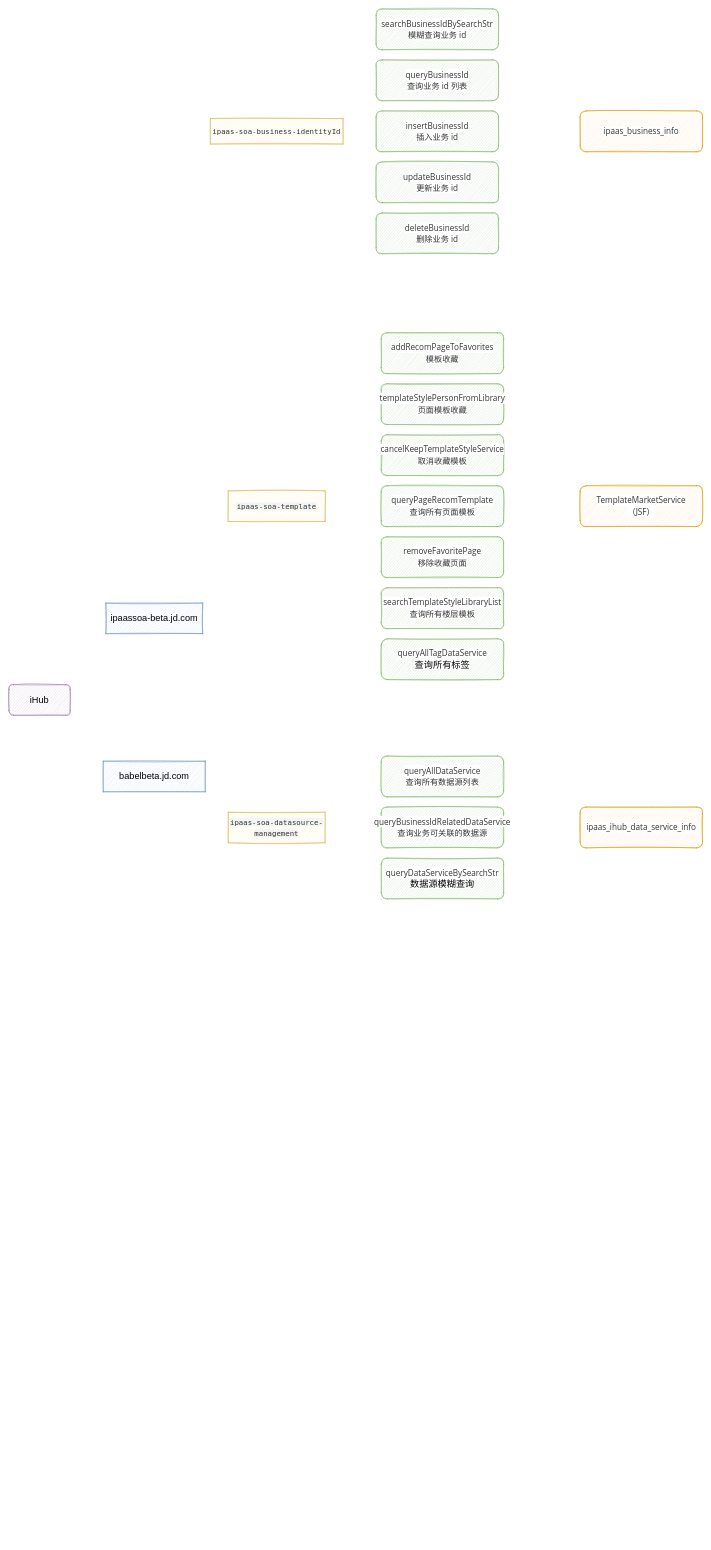
The draw.io diagram Untitled Diagram.drawio in jcohao/hello-world, before the edit. Source tidied: cells renumbered, new cells numbered last; positions are measured from the earlier drawing's top-left corner, leaving out a move shared by most shapes. Both pictures are drawn from the tidied source at 51%, with x=0, y=0 at pixel (9, 9).
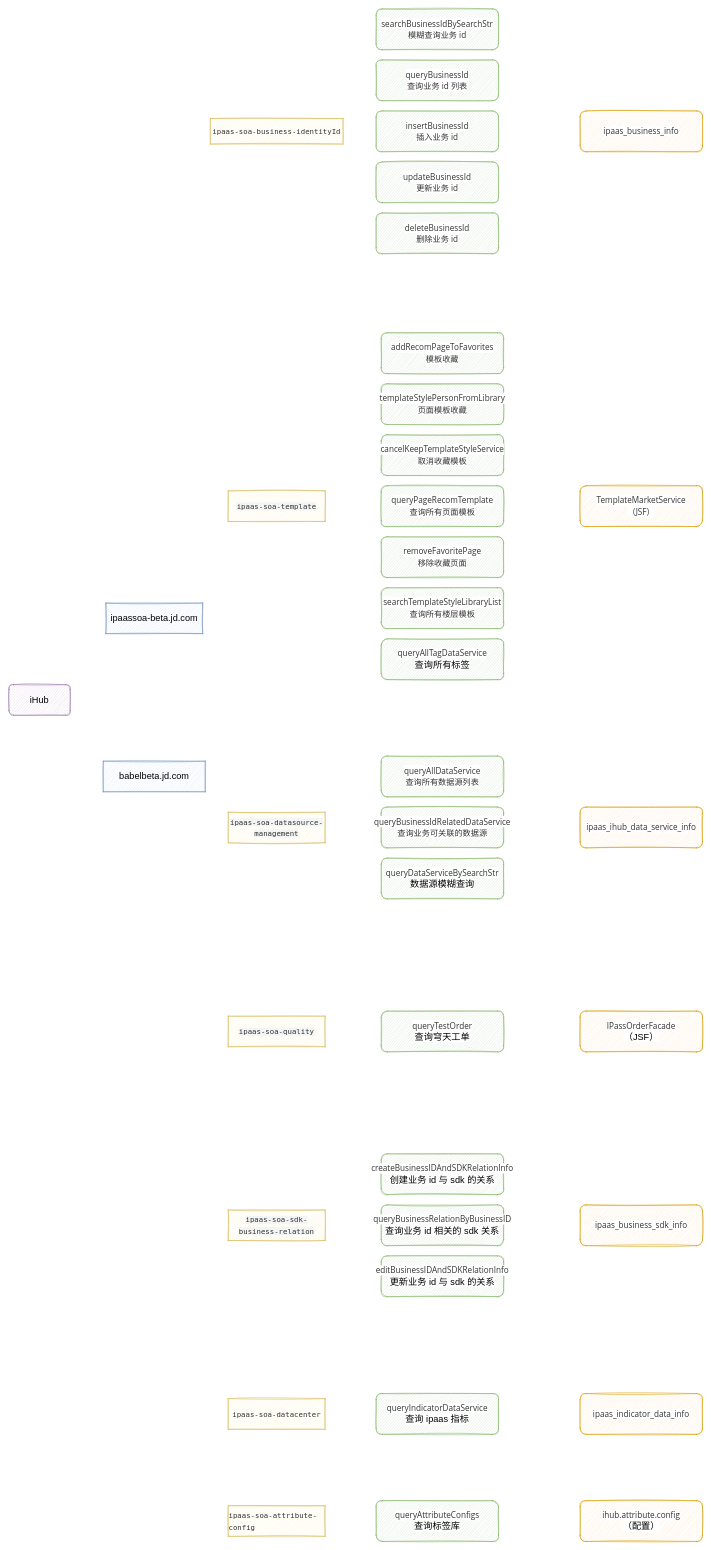
The same page after the edit.

Diff of the diagram source:
```diff
@@
+    <mxCell id="26" value="&lt;span style=&quot;color: rgb(51, 51, 51); font-family: &amp;quot;Lucida Console&amp;quot;, Consolas, Courier, monospace; font-size: 14.4px; orphans: 4; text-align: left; background-color: rgb(243, 244, 244);&quot;&gt;ipaas-soa-quality&lt;/span&gt;" style="rounded=0;whiteSpace=wrap;html=1;sketch=1;fontSize=18;fillColor=#fff2cc;strokeColor=#d6b656;" parent="1" vertex="1">
+      <mxGeometry x="430" y="1975" width="190" height="60" as="geometry" />
+    </mxCell>
+    <mxCell id="27" value="&lt;span style=&quot;color: rgb(51, 51, 51); font-family: &amp;quot;Open Sans&amp;quot;, &amp;quot;Clear Sans&amp;quot;, &amp;quot;Helvetica Neue&amp;quot;, Helvetica, Arial, &amp;quot;Segoe UI Emoji&amp;quot;, sans-serif; font-size: 16px; orphans: 4; text-align: left; background-color: rgb(255, 255, 255);&quot;&gt;queryTestOrder&lt;br&gt;&lt;/span&gt;&lt;span style=&quot;orphans: 4; text-align: left; background-color: rgb(255, 255, 255);&quot;&gt;查询穹天工单&lt;br&gt;&lt;/span&gt;" style="rounded=1;whiteSpace=wrap;html=1;sketch=1;fontSize=18;fillColor=#d5e8d4;strokeColor=#82b366;" parent="1" vertex="1">
+      <mxGeometry x="730" y="1965" width="240" height="80" as="geometry" />
+    </mxCell>
+    <mxCell id="28" value="&lt;span style=&quot;orphans: 4; text-align: left; background-color: rgb(255, 255, 255);&quot;&gt;&lt;font face=&quot;Open Sans, Clear Sans, Helvetica Neue, Helvetica, Arial, Segoe UI Emoji, sans-serif&quot; color=&quot;#333333&quot;&gt;&lt;span style=&quot;font-size: 16px;&quot;&gt;IPassOrderFacade&lt;br&gt;&lt;/span&gt;&lt;/font&gt;（JSF）&lt;br&gt;&lt;/span&gt;" style="rounded=1;whiteSpace=wrap;html=1;sketch=1;fontSize=18;fillColor=#ffe6cc;strokeColor=#d79b00;" parent="1" vertex="1">
+      <mxGeometry x="1120" y="1965" width="240" height="80" as="geometry" />
+    </mxCell>
+    <mxCell id="29" value="&lt;span style=&quot;color: rgb(51, 51, 51); font-family: &amp;quot;Lucida Console&amp;quot;, Consolas, Courier, monospace; font-size: 14.4px; orphans: 4; text-align: left; background-color: rgb(243, 244, 244);&quot;&gt;ipaas-soa-sdk-business-relation&lt;/span&gt;" style="rounded=0;whiteSpace=wrap;html=1;sketch=1;fontSize=18;fillColor=#fff2cc;strokeColor=#d6b656;" parent="1" vertex="1">
+      <mxGeometry x="430" y="2355" width="190" height="60" as="geometry" />
+    </mxCell>
+    <mxCell id="30" value="&lt;span style=&quot;orphans: 4; text-align: left; background-color: rgb(255, 255, 255);&quot;&gt;&lt;font face=&quot;Open Sans, Clear Sans, Helvetica Neue, Helvetica, Arial, Segoe UI Emoji, sans-serif&quot; color=&quot;#333333&quot;&gt;&lt;span style=&quot;font-size: 16px;&quot;&gt;createBusinessIDAndSDKRelationInfo&lt;br&gt;&lt;/span&gt;&lt;/font&gt;创建业务 id 与 sdk 的关系&lt;br&gt;&lt;/span&gt;" style="rounded=1;whiteSpace=wrap;html=1;sketch=1;fontSize=18;fillColor=#d5e8d4;strokeColor=#82b366;" parent="1" vertex="1">
+      <mxGeometry x="730" y="2245" width="240" height="80" as="geometry" />
+    </mxCell>
+    <mxCell id="31" value="&lt;span style=&quot;orphans: 4; text-align: left; background-color: rgb(255, 255, 255);&quot;&gt;&lt;font face=&quot;Open Sans, Clear Sans, Helvetica Neue, Helvetica, Arial, Segoe UI Emoji, sans-serif&quot; color=&quot;#333333&quot;&gt;&lt;span style=&quot;font-size: 16px;&quot;&gt;queryBusinessRelationByBusinessID&lt;br&gt;&lt;/span&gt;&lt;/font&gt;查询业务 id 相关的 sdk 关系&lt;br&gt;&lt;/span&gt;" style="rounded=1;whiteSpace=wrap;html=1;sketch=1;fontSize=18;fillColor=#d5e8d4;strokeColor=#82b366;" parent="1" vertex="1">
+      <mxGeometry x="730" y="2345" width="240" height="80" as="geometry" />
+    </mxCell>
+    <mxCell id="32" value="&lt;span style=&quot;orphans: 4; text-align: left; background-color: rgb(255, 255, 255);&quot;&gt;&lt;font face=&quot;Open Sans, Clear Sans, Helvetica Neue, Helvetica, Arial, Segoe UI Emoji, sans-serif&quot; color=&quot;#333333&quot;&gt;&lt;span style=&quot;font-size: 16px;&quot;&gt;editBusinessIDAndSDKRelationInfo&lt;br&gt;&lt;/span&gt;&lt;/font&gt;更新业务 id 与 sdk 的关系&lt;br&gt;&lt;/span&gt;" style="rounded=1;whiteSpace=wrap;html=1;sketch=1;fontSize=18;fillColor=#d5e8d4;strokeColor=#82b366;" parent="1" vertex="1">
+      <mxGeometry x="730" y="2445" width="240" height="80" as="geometry" />
+    </mxCell>
+    <mxCell id="33" value="&lt;span style=&quot;orphans: 4; text-align: left; background-color: rgb(255, 255, 255);&quot;&gt;&lt;font face=&quot;Open Sans, Clear Sans, Helvetica Neue, Helvetica, Arial, Segoe UI Emoji, sans-serif&quot; color=&quot;#333333&quot;&gt;&lt;span style=&quot;font-size: 16px;&quot;&gt;ipaas_business_sdk_info&lt;/span&gt;&lt;/font&gt;&lt;br&gt;&lt;/span&gt;" style="rounded=1;whiteSpace=wrap;html=1;sketch=1;fontSize=18;fillColor=#ffe6cc;strokeColor=#d79b00;" parent="1" vertex="1">
+      <mxGeometry x="1120" y="2345" width="240" height="80" as="geometry" />
+    </mxCell>
+    <mxCell id="34" value="&lt;div style=&quot;orphans: 4; text-align: left;&quot;&gt;&lt;span style=&quot;background-color: initial; font-size: 14.4px;&quot;&gt;&lt;font face=&quot;Lucida Console, Consolas, Courier, monospace&quot; color=&quot;#333333&quot;&gt;ipaas-soa-datacenter&lt;/font&gt;&lt;/span&gt;&lt;/div&gt;" style="rounded=0;whiteSpace=wrap;html=1;sketch=1;fontSize=18;fillColor=#fff2cc;strokeColor=#d6b656;" parent="1" vertex="1">
+      <mxGeometry x="430" y="2725" width="190" height="60" as="geometry" />
+    </mxCell>
+    <mxCell id="35" value="&lt;span style=&quot;orphans: 4; text-align: left; background-color: rgb(255, 255, 255);&quot;&gt;&lt;font face=&quot;Open Sans, Clear Sans, Helvetica Neue, Helvetica, Arial, Segoe UI Emoji, sans-serif&quot; color=&quot;#333333&quot;&gt;&lt;span style=&quot;font-size: 16px;&quot;&gt;queryIndicatorDataService&lt;br&gt;&lt;/span&gt;&lt;/font&gt;查询 ipaas 指标&lt;br&gt;&lt;/span&gt;" style="rounded=1;whiteSpace=wrap;html=1;sketch=1;fontSize=18;fillColor=#d5e8d4;strokeColor=#82b366;" parent="1" vertex="1">
+      <mxGeometry x="720" y="2715" width="240" height="80" as="geometry" />
+    </mxCell>
+    <mxCell id="36" value="&lt;span style=&quot;orphans: 4; text-align: left; background-color: rgb(255, 255, 255);&quot;&gt;&lt;font face=&quot;Open Sans, Clear Sans, Helvetica Neue, Helvetica, Arial, Segoe UI Emoji, sans-serif&quot; color=&quot;#333333&quot;&gt;&lt;span style=&quot;font-size: 16px;&quot;&gt;ipaas_indicator_data_info&lt;/span&gt;&lt;/font&gt;&lt;br&gt;&lt;/span&gt;" style="rounded=1;whiteSpace=wrap;html=1;sketch=1;fontSize=18;fillColor=#ffe6cc;strokeColor=#d79b00;" parent="1" vertex="1">
+      <mxGeometry x="1120" y="2715" width="240" height="80" as="geometry" />
+    </mxCell>
+    <mxCell id="37" value="&lt;div style=&quot;orphans: 4; text-align: left;&quot;&gt;&lt;font face=&quot;Lucida Console, Consolas, Courier, monospace&quot; color=&quot;#333333&quot;&gt;&lt;span style=&quot;font-size: 14.4px;&quot;&gt;ipaas-soa-attribute-config&lt;/span&gt;&lt;/font&gt;&lt;br&gt;&lt;/div&gt;" style="rounded=0;whiteSpace=wrap;html=1;sketch=1;fontSize=18;fillColor=#fff2cc;strokeColor=#d6b656;" parent="1" vertex="1">
+      <mxGeometry x="430" y="2935" width="190" height="60" as="geometry" />
+    </mxCell>
+    <mxCell id="38" value="&lt;span style=&quot;orphans: 4; text-align: left; background-color: rgb(255, 255, 255);&quot;&gt;&lt;font face=&quot;Open Sans, Clear Sans, Helvetica Neue, Helvetica, Arial, Segoe UI Emoji, sans-serif&quot; color=&quot;#333333&quot;&gt;&lt;span style=&quot;font-size: 16px;&quot;&gt;queryAttributeConfigs&lt;br&gt;&lt;/span&gt;&lt;/font&gt;查询标签库&lt;br&gt;&lt;/span&gt;" style="rounded=1;whiteSpace=wrap;html=1;sketch=1;fontSize=18;fillColor=#d5e8d4;strokeColor=#82b366;" parent="1" vertex="1">
+      <mxGeometry x="720" y="2925" width="240" height="80" as="geometry" />
+    </mxCell>
+    <mxCell id="39" value="&lt;span style=&quot;orphans: 4; text-align: left; background-color: rgb(255, 255, 255);&quot;&gt;&lt;font face=&quot;Open Sans, Clear Sans, Helvetica Neue, Helvetica, Arial, Segoe UI Emoji, sans-serif&quot; color=&quot;#333333&quot;&gt;&lt;span style=&quot;font-size: 16px;&quot;&gt;ihub.attribute.config&lt;br&gt;&lt;/span&gt;&lt;/font&gt;（配置）&lt;br&gt;&lt;/span&gt;" style="rounded=1;whiteSpace=wrap;html=1;sketch=1;fontSize=18;fillColor=#ffe6cc;strokeColor=#d79b00;" parent="1" vertex="1">
+      <mxGeometry x="1120" y="2925" width="240" height="80" as="geometry" />
+    </mxCell>
```
